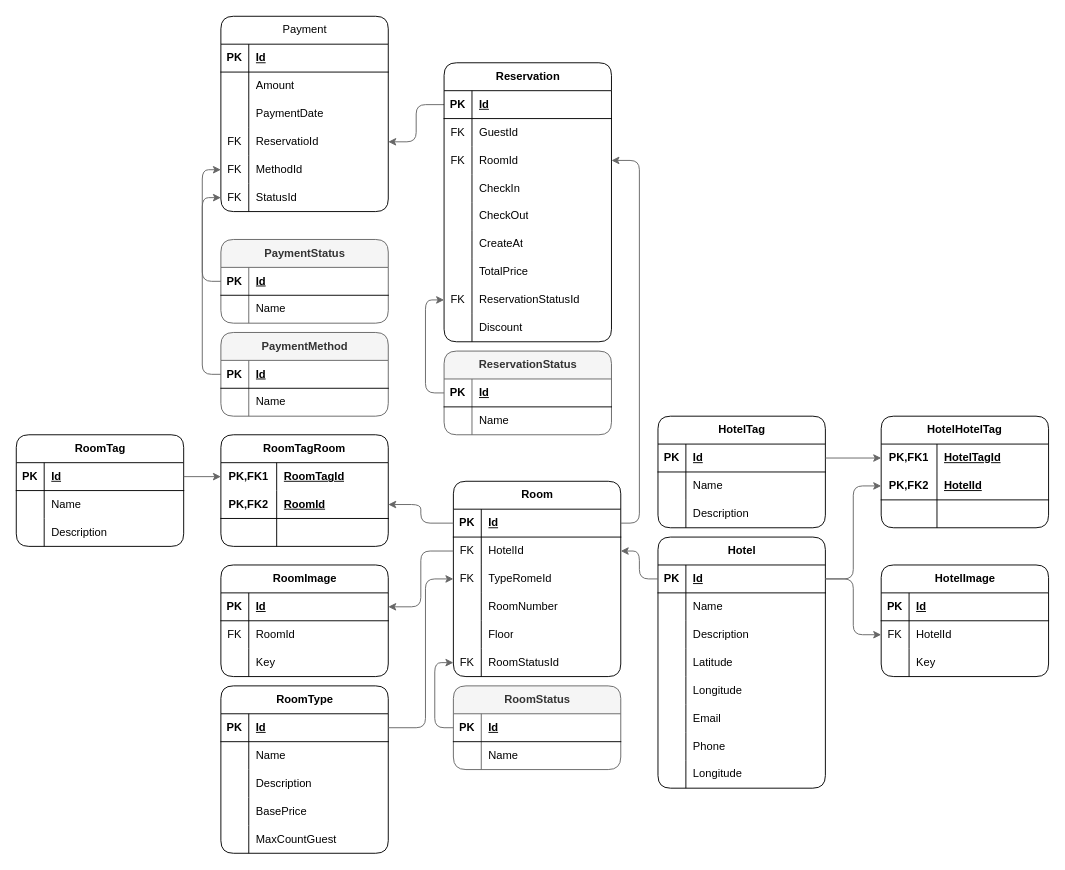
This is Documentation/ER-Database.drawio from Shevchenko-Eduard/Re-ception, a draw.io file, before an edit. Source tidied: cells renumbered, new cells numbered last; positions are measured from the earlier drawing's top-left corner, leaving out a move shared by most shapes. Both pictures are drawn from the tidied source at 93%, with x=0, y=0 at pixel (16, 16).
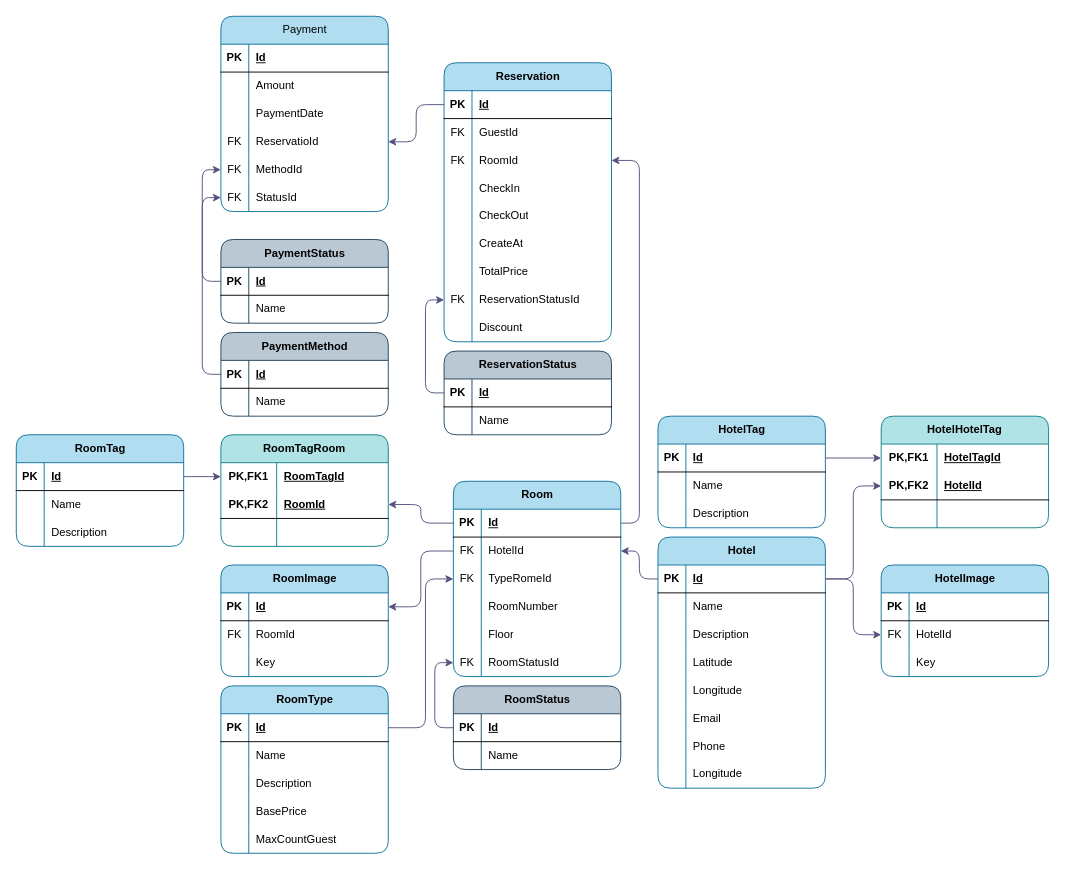
Above is the later version.

The change refers to these unchanged cells:
```xml
<mxCell id="3" style="shape=tableRow;horizontal=0;startSize=0;swimlaneHead=0;swimlaneBody=0;fillColor=none;points=[[0,0.5],[1,0.5]];portConstraint=eastwest;top=0;left=0;right=0;bottom=1;rounded=1;swimlaneLine=1;shadow=0;" parent="2" vertex="1">
  <mxGeometry y="30" width="180" height="30" as="geometry" />
</mxCell>
<mxCell id="6" style="shape=tableRow;horizontal=0;startSize=0;swimlaneHead=0;swimlaneBody=0;fillColor=none;points=[[0,0.5],[1,0.5]];portConstraint=eastwest;top=0;left=0;right=0;bottom=0;rounded=1;swimlaneLine=1;shadow=0;" parent="2" vertex="1">
  <mxGeometry y="60" width="180" height="30" as="geometry" />
</mxCell>
<mxCell id="9" style="shape=tableRow;horizontal=0;startSize=0;swimlaneHead=0;swimlaneBody=0;fillColor=none;points=[[0,0.5],[1,0.5]];portConstraint=eastwest;top=0;left=0;right=0;bottom=0;rounded=1;swimlaneLine=1;shadow=0;" parent="2" vertex="1">
  <mxGeometry y="90" width="180" height="30" as="geometry" />
</mxCell>
<mxCell id="18" style="shape=tableRow;horizontal=0;startSize=0;swimlaneHead=0;swimlaneBody=0;fillColor=none;points=[[0,0.5],[1,0.5]];portConstraint=eastwest;top=0;left=0;right=0;bottom=0;rounded=1;swimlaneLine=1;shadow=0;" parent="2" vertex="1">
  <mxGeometry y="180" width="180" height="30" as="geometry" />
</mxCell>
<mxCell id="23" style="shape=tableRow;horizontal=0;startSize=0;swimlaneHead=0;swimlaneBody=0;fillColor=none;points=[[0,0.5],[1,0.5]];portConstraint=eastwest;top=0;left=0;right=0;bottom=1;rounded=1;swimlaneLine=1;shadow=0;" parent="22" vertex="1">
  <mxGeometry y="30" width="180" height="30" as="geometry" />
</mxCell>
<mxCell id="33" style="shape=tableRow;horizontal=0;startSize=0;swimlaneHead=0;swimlaneBody=0;fillColor=none;points=[[0,0.5],[1,0.5]];portConstraint=eastwest;top=0;left=0;right=0;bottom=0;html=1;rounded=1;swimlaneLine=1;shadow=0;" parent="32" vertex="1">
  <mxGeometry y="30" width="180" height="30" as="geometry" />
</mxCell>
<mxCell id="36" style="shape=tableRow;horizontal=0;startSize=0;swimlaneHead=0;swimlaneBody=0;fillColor=none;points=[[0,0.5],[1,0.5]];portConstraint=eastwest;top=0;left=0;right=0;bottom=1;html=1;rounded=1;swimlaneLine=1;shadow=0;" parent="32" vertex="1">
  <mxGeometry y="60" width="180" height="30" as="geometry" />
</mxCell>
<mxCell id="45" style="shape=tableRow;horizontal=0;startSize=0;swimlaneHead=0;swimlaneBody=0;fillColor=none;points=[[0,0.5],[1,0.5]];portConstraint=eastwest;top=0;left=0;right=0;bottom=1;rounded=1;swimlaneLine=1;shadow=0;" parent="44" vertex="1">
  <mxGeometry y="30" width="180" height="30" as="geometry" />
</mxCell>
<mxCell id="62" style="shape=tableRow;horizontal=0;startSize=0;swimlaneHead=0;swimlaneBody=0;fillColor=none;points=[[0,0.5],[1,0.5]];portConstraint=eastwest;top=0;left=0;right=0;bottom=1;rounded=1;swimlaneLine=1;shadow=0;" parent="61" vertex="1">
  <mxGeometry y="30" width="180" height="30" as="geometry" />
</mxCell>
<mxCell id="105" style="shape=tableRow;horizontal=0;startSize=0;swimlaneHead=0;swimlaneBody=0;fillColor=none;points=[[0,0.5],[1,0.5]];portConstraint=eastwest;top=0;left=0;right=0;bottom=0;rounded=1;swimlaneLine=1;shadow=0;" parent="95" vertex="1">
  <mxGeometry y="120" width="180" height="30" as="geometry" />
</mxCell>
<mxCell id="108" style="shape=tableRow;horizontal=0;startSize=0;swimlaneHead=0;swimlaneBody=0;fillColor=none;points=[[0,0.5],[1,0.5]];portConstraint=eastwest;top=0;left=0;right=0;bottom=0;rounded=1;swimlaneLine=1;shadow=0;" parent="95" vertex="1">
  <mxGeometry y="150" width="180" height="30" as="geometry" />
</mxCell>
<mxCell id="111" style="shape=tableRow;horizontal=0;startSize=0;swimlaneHead=0;swimlaneBody=0;fillColor=none;points=[[0,0.5],[1,0.5]];portConstraint=eastwest;top=0;left=0;right=0;bottom=0;rounded=1;swimlaneLine=1;shadow=0;" parent="95" vertex="1">
  <mxGeometry y="180" width="180" height="30" as="geometry" />
</mxCell>
<mxCell id="117" style="shape=tableRow;horizontal=0;startSize=0;swimlaneHead=0;swimlaneBody=0;fillColor=none;points=[[0,0.5],[1,0.5]];portConstraint=eastwest;top=0;left=0;right=0;bottom=1;rounded=1;swimlaneLine=1;shadow=0;" parent="116" vertex="1">
  <mxGeometry y="30" width="180" height="30" as="geometry" />
</mxCell>
<mxCell id="127" style="shape=tableRow;horizontal=0;startSize=0;swimlaneHead=0;swimlaneBody=0;fillColor=none;points=[[0,0.5],[1,0.5]];portConstraint=eastwest;top=0;left=0;right=0;bottom=0;html=1;rounded=1;swimlaneLine=1;shadow=0;" parent="126" vertex="1">
  <mxGeometry y="30" width="180" height="30" as="geometry" />
</mxCell>
<mxCell id="130" style="shape=tableRow;horizontal=0;startSize=0;swimlaneHead=0;swimlaneBody=0;fillColor=none;points=[[0,0.5],[1,0.5]];portConstraint=eastwest;top=0;left=0;right=0;bottom=1;html=1;rounded=1;swimlaneLine=1;shadow=0;" parent="126" vertex="1">
  <mxGeometry y="60" width="180" height="30" as="geometry" />
</mxCell>
<mxCell id="142" style="shape=tableRow;horizontal=0;startSize=0;swimlaneHead=0;swimlaneBody=0;fillColor=none;points=[[0,0.5],[1,0.5]];portConstraint=eastwest;top=0;left=0;right=0;bottom=1;rounded=1;swimlaneLine=1;shadow=0;" parent="141" vertex="1">
  <mxGeometry y="30" width="180" height="30" as="geometry" />
</mxCell>
<mxCell id="149" style="shape=tableRow;horizontal=0;startSize=0;swimlaneHead=0;swimlaneBody=0;fillColor=none;points=[[0,0.5],[1,0.5]];portConstraint=eastwest;top=0;left=0;right=0;bottom=1;rounded=1;swimlaneLine=1;shadow=0;" parent="148" vertex="1">
  <mxGeometry y="30" width="180" height="30" as="geometry" />
</mxCell>
<mxCell id="156" style="shape=tableRow;horizontal=0;startSize=0;swimlaneHead=0;swimlaneBody=0;fillColor=none;points=[[0,0.5],[1,0.5]];portConstraint=eastwest;top=0;left=0;right=0;bottom=1;rounded=1;swimlaneLine=1;shadow=0;" parent="155" vertex="1">
  <mxGeometry y="30" width="180" height="30" as="geometry" />
</mxCell>
<mxCell id="162" style="shape=tableRow;horizontal=0;startSize=0;swimlaneHead=0;swimlaneBody=0;fillColor=none;points=[[0,0.5],[1,0.5]];portConstraint=eastwest;top=0;left=0;right=0;bottom=0;rounded=1;swimlaneLine=1;shadow=0;" parent="155" vertex="1">
  <mxGeometry y="90" width="180" height="30" as="geometry" />
</mxCell>
<mxCell id="177" style="shape=tableRow;horizontal=0;startSize=0;swimlaneHead=0;swimlaneBody=0;fillColor=none;points=[[0,0.5],[1,0.5]];portConstraint=eastwest;top=0;left=0;right=0;bottom=0;rounded=1;swimlaneLine=1;shadow=0;" parent="155" vertex="1">
  <mxGeometry y="240" width="180" height="30" as="geometry" />
</mxCell>
<mxCell id="185" style="shape=tableRow;horizontal=0;startSize=0;swimlaneHead=0;swimlaneBody=0;fillColor=none;points=[[0,0.5],[1,0.5]];portConstraint=eastwest;top=0;left=0;right=0;bottom=1;rounded=1;swimlaneLine=1;shadow=0;" parent="184" vertex="1">
  <mxGeometry y="30" width="180" height="30" as="geometry" />
</mxCell>
<mxCell id="192" style="shape=tableRow;horizontal=0;startSize=0;swimlaneHead=0;swimlaneBody=0;fillColor=none;points=[[0,0.5],[1,0.5]];portConstraint=eastwest;top=0;left=0;right=0;bottom=1;rounded=1;swimlaneLine=1;shadow=0;" parent="191" vertex="1">
  <mxGeometry y="30" width="180" height="30" as="geometry" />
</mxCell>
<mxCell id="208" style="shape=tableRow;horizontal=0;startSize=0;swimlaneHead=0;swimlaneBody=0;fillColor=none;points=[[0,0.5],[1,0.5]];portConstraint=eastwest;top=0;left=0;right=0;bottom=0;rounded=1;swimlaneLine=1;shadow=0;" parent="204" vertex="1">
  <mxGeometry y="60" width="180" height="30" as="geometry" />
</mxCell>
<mxCell id="216" style="shape=tableRow;horizontal=0;startSize=0;swimlaneHead=0;swimlaneBody=0;fillColor=none;points=[[0,0.5],[1,0.5]];portConstraint=eastwest;top=0;left=0;right=0;bottom=1;rounded=1;swimlaneLine=1;shadow=0;" parent="215" vertex="1">
  <mxGeometry y="30" width="180" height="30" as="geometry" />
</mxCell>
```

Diff of the diagram source:
```diff
@@
-    <mxCell id="2" value="Room" style="shape=table;startSize=30;childLayout=tableLayout;rowLines=0;fontStyle=1;align=center;html=1;rounded=1;swimlaneLine=1;shadow=0;" parent="1" vertex="1">
+    <mxCell id="2" value="Room" style="shape=table;startSize=30;childLayout=tableLayout;rowLines=0;fontStyle=1;align=center;html=1;rounded=1;swimlaneLine=1;shadow=0;fillColor=#b1ddf0;strokeColor=#10739e;" parent="1" vertex="1">
       <mxGeometry x="470" y="500" width="180" height="210" as="geometry" />
     </mxCell>
@@
-    <mxCell id="21" style="edgeStyle=orthogonalEdgeStyle;rounded=1;jettySize=auto;html=1;elbow=vertical;fillColor=#f5f5f5;strokeColor=#666666;exitX=0;exitY=0.5;exitDx=0;exitDy=0;entryX=0;entryY=0.5;entryDx=0;entryDy=0;swimlaneLine=1;shadow=0;" parent="1" edge="1" source="142" target="18">
+    <mxCell id="21" style="edgeStyle=orthogonalEdgeStyle;rounded=1;jettySize=auto;html=1;elbow=vertical;fillColor=#d0cee2;strokeColor=#56517e;exitX=0;exitY=0.5;exitDx=0;exitDy=0;entryX=0;entryY=0.5;entryDx=0;entryDy=0;swimlaneLine=1;shadow=0;" parent="1" edge="1" source="142" target="18">
       <mxGeometry relative="1" as="geometry" />
     </mxCell>
-    <mxCell id="22" value="RoomTag" style="shape=table;startSize=30;childLayout=tableLayout;rowLines=0;fontStyle=1;align=center;html=1;rounded=1;swimlaneLine=1;shadow=0;" parent="1" vertex="1">
+    <mxCell id="22" value="RoomTag" style="shape=table;startSize=30;childLayout=tableLayout;rowLines=0;fontStyle=1;align=center;html=1;rounded=1;swimlaneLine=1;shadow=0;fillColor=#b1ddf0;strokeColor=#10739e;" parent="1" vertex="1">
       <mxGeometry y="450" width="180" height="120" as="geometry" />
     </mxCell>
@@
-    <mxCell id="32" value="&lt;span style=&quot;text-wrap-mode: nowrap;&quot;&gt;RoomTagRoom&lt;/span&gt;" style="shape=table;startSize=30;childLayout=tableLayout;rowLines=0;fontStyle=1;align=center;html=1;whiteSpace=wrap;rounded=1;swimlaneLine=1;shadow=0;" parent="1" vertex="1">
+    <mxCell id="32" value="&lt;span style=&quot;text-wrap-mode: nowrap;&quot;&gt;RoomTagRoom&lt;/span&gt;" style="shape=table;startSize=30;childLayout=tableLayout;rowLines=0;fontStyle=1;align=center;html=1;whiteSpace=wrap;rounded=1;swimlaneLine=1;shadow=0;fillColor=#b0e3e6;strokeColor=#0e8088;" parent="1" vertex="1">
       <mxGeometry x="220" y="450" width="180" height="120" as="geometry" />
     </mxCell>
@@
-    <mxCell id="42" style="edgeStyle=orthogonalEdgeStyle;rounded=1;jettySize=auto;html=1;exitX=1;exitY=0.5;exitDx=0;exitDy=0;elbow=vertical;fillColor=#f5f5f5;strokeColor=#666666;swimlaneLine=1;shadow=0;" parent="1" edge="1" source="23" target="33">
+    <mxCell id="42" style="edgeStyle=orthogonalEdgeStyle;rounded=1;jettySize=auto;html=1;exitX=1;exitY=0.5;exitDx=0;exitDy=0;elbow=vertical;fillColor=#d0cee2;strokeColor=#56517e;swimlaneLine=1;shadow=0;" parent="1" edge="1" source="23" target="33">
       <mxGeometry relative="1" as="geometry" />
     </mxCell>
-    <mxCell id="43" style="edgeStyle=orthogonalEdgeStyle;rounded=1;jettySize=auto;html=1;exitX=0;exitY=0.5;exitDx=0;exitDy=0;elbow=vertical;fillColor=#f5f5f5;strokeColor=#666666;swimlaneLine=1;shadow=0;" parent="1" edge="1" source="3" target="36">
+    <mxCell id="43" style="edgeStyle=orthogonalEdgeStyle;rounded=1;jettySize=auto;html=1;exitX=0;exitY=0.5;exitDx=0;exitDy=0;elbow=vertical;fillColor=#d0cee2;strokeColor=#56517e;swimlaneLine=1;shadow=0;" parent="1" edge="1" source="3" target="36">
       <mxGeometry relative="1" as="geometry" />
     </mxCell>
-    <mxCell id="44" value="RoomType" style="shape=table;startSize=30;childLayout=tableLayout;rowLines=0;fontStyle=1;align=center;html=1;rounded=1;swimlaneLine=1;shadow=0;" parent="1" vertex="1">
+    <mxCell id="44" value="RoomType" style="shape=table;startSize=30;childLayout=tableLayout;rowLines=0;fontStyle=1;align=center;html=1;rounded=1;swimlaneLine=1;shadow=0;fillColor=#b1ddf0;strokeColor=#10739e;" parent="1" vertex="1">
       <mxGeometry x="220" y="720" width="180" height="180" as="geometry" />
     </mxCell>
@@
-    <mxCell id="60" style="edgeStyle=orthogonalEdgeStyle;rounded=1;jettySize=auto;html=1;exitX=1;exitY=0.5;exitDx=0;exitDy=0;elbow=vertical;fillColor=#f5f5f5;strokeColor=#666666;swimlaneLine=1;shadow=0;" parent="1" edge="1" source="45" target="9">
+    <mxCell id="60" style="edgeStyle=orthogonalEdgeStyle;rounded=1;jettySize=auto;html=1;exitX=1;exitY=0.5;exitDx=0;exitDy=0;elbow=vertical;fillColor=#d0cee2;strokeColor=#56517e;swimlaneLine=1;shadow=0;" parent="1" edge="1" source="45" target="9">
       <mxGeometry relative="1" as="geometry">
         <Array as="points">
           <mxPoint x="440" y="765" />
           <mxPoint x="440" y="605" />
         </Array>
       </mxGeometry>
     </mxCell>
-    <mxCell id="61" value="Hotel" style="shape=table;startSize=30;childLayout=tableLayout;rowLines=0;fontStyle=1;align=center;html=1;rounded=1;swimlaneLine=1;shadow=0;" parent="1" vertex="1">
+    <mxCell id="61" value="Hotel" style="shape=table;startSize=30;childLayout=tableLayout;rowLines=0;fontStyle=1;align=center;html=1;rounded=1;swimlaneLine=1;shadow=0;fillColor=#b1ddf0;strokeColor=#10739e;" parent="1" vertex="1">
       <mxGeometry x="690" y="560" width="180" height="270" as="geometry" />
     </mxCell>
@@
-    <mxCell id="86" style="edgeStyle=orthogonalEdgeStyle;rounded=1;jettySize=auto;html=1;exitX=0;exitY=0.5;exitDx=0;exitDy=0;elbow=vertical;fillColor=#f5f5f5;strokeColor=#666666;swimlaneLine=1;shadow=0;" parent="1" edge="1" source="62" target="6">
+    <mxCell id="86" style="edgeStyle=orthogonalEdgeStyle;rounded=1;jettySize=auto;html=1;exitX=0;exitY=0.5;exitDx=0;exitDy=0;elbow=vertical;fillColor=#d0cee2;strokeColor=#56517e;swimlaneLine=1;shadow=0;" parent="1" edge="1" source="62" target="6">
       <mxGeometry relative="1" as="geometry" />
     </mxCell>
@@
-    <mxCell id="95" value="Payment" style="shape=table;startSize=30;childLayout=tableLayout;rowLines=0;fontStyle=0;align=center;html=1;rounded=1;swimlaneLine=1;shadow=0;" parent="1" vertex="1">
+    <mxCell id="95" value="Payment" style="shape=table;startSize=30;childLayout=tableLayout;rowLines=0;fontStyle=0;align=center;html=1;rounded=1;swimlaneLine=1;shadow=0;fillColor=#b1ddf0;strokeColor=#10739e;" parent="1" vertex="1">
       <mxGeometry x="220" width="180" height="210" as="geometry" />
     </mxCell>
@@
-    <mxCell id="114" style="edgeStyle=orthogonalEdgeStyle;rounded=1;jettySize=auto;html=1;elbow=vertical;fillColor=#f5f5f5;strokeColor=#666666;swimlaneLine=1;shadow=0;" parent="1" edge="1" source="156" target="105">
+    <mxCell id="114" style="edgeStyle=orthogonalEdgeStyle;rounded=1;jettySize=auto;html=1;elbow=vertical;fillColor=#d0cee2;strokeColor=#56517e;swimlaneLine=1;shadow=0;" parent="1" edge="1" source="156" target="105">
       <mxGeometry relative="1" as="geometry" />
     </mxCell>
-    <mxCell id="115" style="edgeStyle=orthogonalEdgeStyle;rounded=1;jettySize=auto;html=1;elbow=vertical;fillColor=#f5f5f5;strokeColor=#666666;entryX=0;entryY=0.5;entryDx=0;entryDy=0;swimlaneLine=1;shadow=0;" parent="1" edge="1" source="185" target="111">
+    <mxCell id="115" style="edgeStyle=orthogonalEdgeStyle;rounded=1;jettySize=auto;html=1;elbow=vertical;fillColor=#d0cee2;strokeColor=#56517e;entryX=0;entryY=0.5;entryDx=0;entryDy=0;swimlaneLine=1;shadow=0;" parent="1" edge="1" source="185" target="111">
       <mxGeometry relative="1" as="geometry" />
     </mxCell>
-    <mxCell id="116" value="HotelTag" style="shape=table;startSize=30;childLayout=tableLayout;rowLines=0;fontStyle=1;align=center;html=1;rounded=1;swimlaneLine=1;shadow=0;" parent="1" vertex="1">
+    <mxCell id="116" value="HotelTag" style="shape=table;startSize=30;childLayout=tableLayout;rowLines=0;fontStyle=1;align=center;html=1;rounded=1;swimlaneLine=1;shadow=0;fillColor=#b1ddf0;strokeColor=#10739e;" parent="1" vertex="1">
       <mxGeometry x="690" y="430" width="180" height="120" as="geometry" />
     </mxCell>
@@
-    <mxCell id="126" value="&lt;span style=&quot;text-wrap-mode: nowrap;&quot;&gt;Hotel&lt;/span&gt;&lt;span style=&quot;text-wrap-mode: nowrap;&quot;&gt;HotelTag&lt;/span&gt;" style="shape=table;startSize=30;childLayout=tableLayout;rowLines=0;fontStyle=1;align=center;html=1;whiteSpace=wrap;rounded=1;swimlaneLine=1;shadow=0;" parent="1" vertex="1">
+    <mxCell id="126" value="&lt;span style=&quot;text-wrap-mode: nowrap;&quot;&gt;Hotel&lt;/span&gt;&lt;span style=&quot;text-wrap-mode: nowrap;&quot;&gt;HotelTag&lt;/span&gt;" style="shape=table;startSize=30;childLayout=tableLayout;rowLines=0;fontStyle=1;align=center;html=1;whiteSpace=wrap;rounded=1;swimlaneLine=1;shadow=0;fillColor=#b0e3e6;strokeColor=#0e8088;" parent="1" vertex="1">
       <mxGeometry x="930" y="430" width="180" height="120" as="geometry" />
     </mxCell>
@@
-    <mxCell id="136" style="edgeStyle=orthogonalEdgeStyle;rounded=1;jettySize=auto;html=1;elbow=vertical;fillColor=#f5f5f5;strokeColor=#666666;exitX=1;exitY=0.5;exitDx=0;exitDy=0;swimlaneLine=1;shadow=0;" parent="1" edge="1" source="117" target="127">
+    <mxCell id="136" style="edgeStyle=orthogonalEdgeStyle;rounded=1;jettySize=auto;html=1;elbow=vertical;fillColor=#d0cee2;strokeColor=#56517e;exitX=1;exitY=0.5;exitDx=0;exitDy=0;swimlaneLine=1;shadow=0;" parent="1" edge="1" source="117" target="127">
       <mxGeometry relative="1" as="geometry" />
     </mxCell>
-    <mxCell id="137" style="edgeStyle=orthogonalEdgeStyle;rounded=1;jettySize=auto;html=1;exitX=1;exitY=0.5;exitDx=0;exitDy=0;elbow=vertical;fillColor=#f5f5f5;strokeColor=#666666;swimlaneLine=1;shadow=0;" parent="1" edge="1" source="62" target="130">
+    <mxCell id="137" style="edgeStyle=orthogonalEdgeStyle;rounded=1;jettySize=auto;html=1;exitX=1;exitY=0.5;exitDx=0;exitDy=0;elbow=vertical;fillColor=#d0cee2;strokeColor=#56517e;swimlaneLine=1;shadow=0;" parent="1" edge="1" source="62" target="130">
       <mxGeometry relative="1" as="geometry" />
     </mxCell>
-    <mxCell id="138" style="edgeStyle=orthogonalEdgeStyle;rounded=1;jettySize=auto;html=1;exitX=1;exitY=0.5;exitDx=0;exitDy=0;elbow=vertical;fillColor=#f5f5f5;strokeColor=#666666;swimlaneLine=1;shadow=0;" parent="1" edge="1" source="3" target="162">
+    <mxCell id="138" style="edgeStyle=orthogonalEdgeStyle;rounded=1;jettySize=auto;html=1;exitX=1;exitY=0.5;exitDx=0;exitDy=0;elbow=vertical;fillColor=#d0cee2;strokeColor=#56517e;swimlaneLine=1;shadow=0;" parent="1" edge="1" source="3" target="162">
       <mxGeometry relative="1" as="geometry" />
     </mxCell>
-    <mxCell id="139" style="edgeStyle=orthogonalEdgeStyle;rounded=1;jettySize=auto;html=1;fillColor=#f5f5f5;strokeColor=#666666;entryX=0;entryY=0.5;entryDx=0;entryDy=0;exitX=0;exitY=0.5;exitDx=0;exitDy=0;swimlaneLine=1;shadow=0;" parent="1" edge="1" source="192" target="108">
+    <mxCell id="139" style="edgeStyle=orthogonalEdgeStyle;rounded=1;jettySize=auto;html=1;fillColor=#d0cee2;strokeColor=#56517e;entryX=0;entryY=0.5;entryDx=0;entryDy=0;exitX=0;exitY=0.5;exitDx=0;exitDy=0;swimlaneLine=1;shadow=0;" parent="1" edge="1" source="192" target="108">
       <mxGeometry relative="1" as="geometry" />
     </mxCell>
@@
-    <mxCell id="141" value="RoomStatus" style="shape=table;startSize=30;childLayout=tableLayout;rowLines=0;fontStyle=1;align=center;html=1;rounded=1;swimlaneLine=1;shadow=0;fillColor=#f5f5f5;fontColor=#333333;strokeColor=#666666;" parent="1" vertex="1">
+    <mxCell id="141" value="RoomStatus" style="shape=table;startSize=30;childLayout=tableLayout;rowLines=0;fontStyle=1;align=center;html=1;rounded=1;swimlaneLine=1;shadow=0;fillColor=#bac8d3;strokeColor=#23445d;" parent="1" vertex="1">
       <mxGeometry x="470" y="720" width="180" height="90" as="geometry" />
     </mxCell>
@@
-    <mxCell id="148" value="ReservationStatus" style="shape=table;startSize=30;childLayout=tableLayout;rowLines=0;fontStyle=1;align=center;html=1;rounded=1;swimlaneLine=1;shadow=0;fillColor=#f5f5f5;fontColor=#333333;strokeColor=#666666;" parent="1" vertex="1">
+    <mxCell id="148" value="ReservationStatus" style="shape=table;startSize=30;childLayout=tableLayout;rowLines=0;fontStyle=1;align=center;html=1;rounded=1;swimlaneLine=1;shadow=0;fillColor=#bac8d3;strokeColor=#23445d;" parent="1" vertex="1">
       <mxGeometry x="460" y="360" width="180" height="90" as="geometry" />
     </mxCell>
@@
-    <mxCell id="155" value="&lt;span style=&quot;text-align: left; text-wrap-mode: wrap;&quot;&gt;Reservation&lt;/span&gt;" style="shape=table;startSize=30;childLayout=tableLayout;rowLines=0;fontStyle=1;align=center;html=1;rounded=1;swimlaneLine=1;shadow=0;" parent="1" vertex="1">
+    <mxCell id="155" value="&lt;span style=&quot;text-align: left; text-wrap-mode: wrap;&quot;&gt;Reservation&lt;/span&gt;" style="shape=table;startSize=30;childLayout=tableLayout;rowLines=0;fontStyle=1;align=center;html=1;rounded=1;swimlaneLine=1;shadow=0;fillColor=#b1ddf0;strokeColor=#10739e;" parent="1" vertex="1">
       <mxGeometry x="460" y="50" width="180" height="300" as="geometry" />
     </mxCell>
@@
-    <mxCell id="183" style="edgeStyle=orthogonalEdgeStyle;rounded=1;jettySize=auto;html=1;elbow=vertical;fillColor=#f5f5f5;strokeColor=#666666;entryX=0;entryY=0.5;entryDx=0;entryDy=0;swimlaneLine=1;shadow=0;" parent="1" edge="1" source="149" target="177">
+    <mxCell id="183" style="edgeStyle=orthogonalEdgeStyle;rounded=1;jettySize=auto;html=1;elbow=vertical;fillColor=#d0cee2;strokeColor=#56517e;entryX=0;entryY=0.5;entryDx=0;entryDy=0;swimlaneLine=1;shadow=0;" parent="1" edge="1" source="149" target="177">
       <mxGeometry relative="1" as="geometry" />
     </mxCell>
-    <mxCell id="184" value="PaymentStatus" style="shape=table;startSize=30;childLayout=tableLayout;rowLines=0;fontStyle=1;align=center;html=1;rounded=1;swimlaneLine=1;shadow=0;fillColor=#f5f5f5;fontColor=#333333;strokeColor=#666666;" parent="1" vertex="1">
+    <mxCell id="184" value="PaymentStatus" style="shape=table;startSize=30;childLayout=tableLayout;rowLines=0;fontStyle=1;align=center;html=1;rounded=1;swimlaneLine=1;shadow=0;fillColor=#bac8d3;strokeColor=#23445d;" parent="1" vertex="1">
       <mxGeometry x="220" y="240" width="180" height="90" as="geometry" />
     </mxCell>
@@
-    <mxCell id="191" value="&lt;span style=&quot;text-align: left; text-wrap-mode: wrap;&quot;&gt;PaymentMethod&lt;/span&gt;" style="shape=table;startSize=30;childLayout=tableLayout;rowLines=0;fontStyle=1;align=center;html=1;rounded=1;swimlaneLine=1;shadow=0;fillColor=#f5f5f5;fontColor=#333333;strokeColor=#666666;" parent="1" vertex="1">
+    <mxCell id="191" value="&lt;span style=&quot;text-align: left; text-wrap-mode: wrap;&quot;&gt;PaymentMethod&lt;/span&gt;" style="shape=table;startSize=30;childLayout=tableLayout;rowLines=0;fontStyle=1;align=center;html=1;rounded=1;swimlaneLine=1;shadow=0;fillColor=#bac8d3;strokeColor=#23445d;" parent="1" vertex="1">
       <mxGeometry x="220" y="340" width="180" height="90" as="geometry" />
     </mxCell>
@@
-    <mxCell id="204" value="HotelImage" style="shape=table;startSize=30;childLayout=tableLayout;rowLines=0;fontStyle=1;align=center;html=1;rounded=1;swimlaneLine=1;shadow=0;" parent="1" vertex="1">
+    <mxCell id="204" value="HotelImage" style="shape=table;startSize=30;childLayout=tableLayout;rowLines=0;fontStyle=1;align=center;html=1;rounded=1;swimlaneLine=1;shadow=0;fillColor=#b1ddf0;strokeColor=#10739e;" parent="1" vertex="1">
       <mxGeometry x="930" y="590" width="180" height="120" as="geometry" />
     </mxCell>
@@
-    <mxCell id="214" style="edgeStyle=orthogonalEdgeStyle;html=1;exitX=1;exitY=0.5;exitDx=0;exitDy=0;fillColor=#f5f5f5;strokeColor=#666666;" parent="1" edge="1" source="62" target="208">
+    <mxCell id="214" style="edgeStyle=orthogonalEdgeStyle;html=1;exitX=1;exitY=0.5;exitDx=0;exitDy=0;fillColor=#d0cee2;strokeColor=#56517e;" parent="1" edge="1" source="62" target="208">
       <mxGeometry relative="1" as="geometry" />
     </mxCell>
-    <mxCell id="215" value="RoomImage" style="shape=table;startSize=30;childLayout=tableLayout;rowLines=0;fontStyle=1;align=center;html=1;rounded=1;swimlaneLine=1;shadow=0;" parent="1" vertex="1">
+    <mxCell id="215" value="RoomImage" style="shape=table;startSize=30;childLayout=tableLayout;rowLines=0;fontStyle=1;align=center;html=1;rounded=1;swimlaneLine=1;shadow=0;fillColor=#b1ddf0;strokeColor=#10739e;" parent="1" vertex="1">
       <mxGeometry x="220" y="590" width="180" height="120" as="geometry" />
     </mxCell>
@@
-    <mxCell id="225" style="edgeStyle=orthogonalEdgeStyle;html=1;exitX=0;exitY=0.5;exitDx=0;exitDy=0;fillColor=#f5f5f5;strokeColor=#666666;" parent="1" edge="1" source="6" target="216">
+    <mxCell id="225" style="edgeStyle=orthogonalEdgeStyle;html=1;exitX=0;exitY=0.5;exitDx=0;exitDy=0;fillColor=#d0cee2;strokeColor=#56517e;" parent="1" edge="1" source="6" target="216">
       <mxGeometry relative="1" as="geometry" />
     </mxCell>
```
